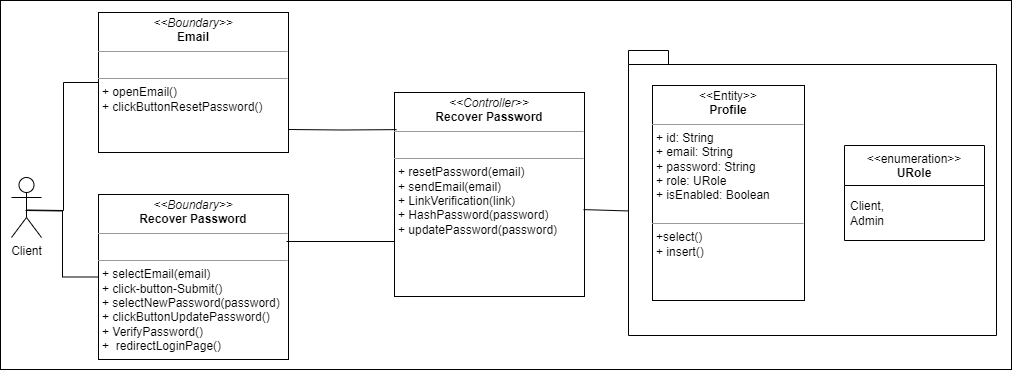
This is sprint 1/class diagrams/RecoverPasswordClassdiagram-Sprint1.drawio.png from nourbenmoulehem/mermaid-markdown-practice, a draw.io export, as it was before one commit. Source tidied: cells renumbered, new cells last; positions are measured from the earlier drawing's top-left corner, leaving out a move shared by most shapes.
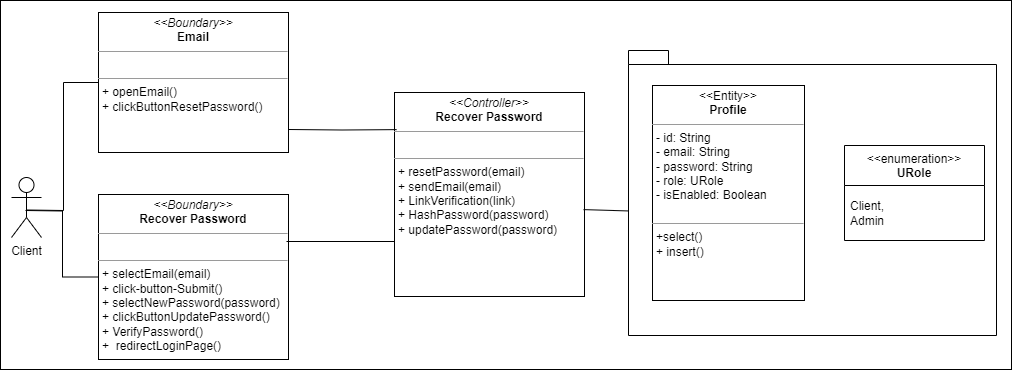
Later version of the same file.

Commit message:
changed sprint class diagram and added changement file

Change to the diagram source:
```diff
@@ -41,7 +41,7 @@
     <mxCell id="11" style="shape=folder;fontStyle=1;spacingTop=10;tabWidth=40;tabHeight=14;tabPosition=left;html=1;whiteSpace=wrap;gradientColor=none;fillColor=none;" parent="1" vertex="1">
       <mxGeometry x="628" y="50" width="368" height="285" as="geometry" />
     </mxCell>
-    <mxCell id="12" value="&lt;p style=&quot;margin:0px;margin-top:4px;text-align:center;&quot;&gt;&amp;lt;&amp;lt;Entity&amp;gt;&amp;gt;&lt;br&gt;&lt;b&gt;Profile&lt;/b&gt;&lt;/p&gt;&lt;hr size=&quot;1&quot;&gt;&lt;p style=&quot;margin:0px;margin-left:4px;&quot;&gt;+ id: String&lt;/p&gt;&lt;p style=&quot;border-color: var(--border-color); margin: 0px 0px 0px 4px;&quot;&gt;+ email: String&lt;/p&gt;&lt;p style=&quot;border-color: var(--border-color); margin: 0px 0px 0px 4px;&quot;&gt;+ password: String&lt;/p&gt;&lt;p style=&quot;border-color: var(--border-color); margin: 0px 0px 0px 4px;&quot;&gt;+ role: URole&lt;/p&gt;&lt;p style=&quot;border-color: var(--border-color); margin: 0px 0px 0px 4px;&quot;&gt;+ isEnabled: Boolean&lt;/p&gt;&lt;p style=&quot;border-color: var(--border-color); margin: 0px 0px 0px 4px;&quot;&gt;&lt;br&gt;&lt;/p&gt;&lt;hr size=&quot;1&quot;&gt;&lt;p style=&quot;margin:0px;margin-left:4px;&quot;&gt;+select()&lt;/p&gt;&lt;p style=&quot;margin:0px;margin-left:4px;&quot;&gt;+ insert()&lt;/p&gt;&lt;p style=&quot;margin:0px;margin-left:4px;&quot;&gt;&lt;br&gt;&lt;/p&gt;" style="verticalAlign=top;align=left;overflow=fill;fontSize=12;fontFamily=Helvetica;html=1;whiteSpace=wrap;" parent="1" vertex="1">
+    <mxCell id="12" value="&lt;p style=&quot;margin:0px;margin-top:4px;text-align:center;&quot;&gt;&amp;lt;&amp;lt;Entity&amp;gt;&amp;gt;&lt;br&gt;&lt;b&gt;Profile&lt;/b&gt;&lt;/p&gt;&lt;hr size=&quot;1&quot;&gt;&lt;p style=&quot;margin:0px;margin-left:4px;&quot;&gt;- id: String&lt;/p&gt;&lt;p style=&quot;border-color: var(--border-color); margin: 0px 0px 0px 4px;&quot;&gt;- email: String&lt;/p&gt;&lt;p style=&quot;border-color: var(--border-color); margin: 0px 0px 0px 4px;&quot;&gt;- password: String&lt;/p&gt;&lt;p style=&quot;border-color: var(--border-color); margin: 0px 0px 0px 4px;&quot;&gt;- role: URole&lt;/p&gt;&lt;p style=&quot;border-color: var(--border-color); margin: 0px 0px 0px 4px;&quot;&gt;- isEnabled: Boolean&lt;/p&gt;&lt;p style=&quot;border-color: var(--border-color); margin: 0px 0px 0px 4px;&quot;&gt;&lt;br&gt;&lt;/p&gt;&lt;hr size=&quot;1&quot;&gt;&lt;p style=&quot;margin:0px;margin-left:4px;&quot;&gt;+select()&lt;/p&gt;&lt;p style=&quot;margin:0px;margin-left:4px;&quot;&gt;+ insert()&lt;/p&gt;&lt;p style=&quot;margin:0px;margin-left:4px;&quot;&gt;&lt;br&gt;&lt;/p&gt;" style="verticalAlign=top;align=left;overflow=fill;fontSize=12;fontFamily=Helvetica;html=1;whiteSpace=wrap;" parent="1" vertex="1">
       <mxGeometry x="652" y="85" width="152" height="215" as="geometry" />
     </mxCell>
     <mxCell id="13" value="&amp;lt;&amp;lt;enumeration&amp;gt;&amp;gt;&lt;br&gt;&lt;b&gt;URole&lt;/b&gt;" style="swimlane;fontStyle=0;align=center;verticalAlign=top;horizontal=1;startSize=40;html=1;whiteSpace=wrap;" parent="1" vertex="1">
```
